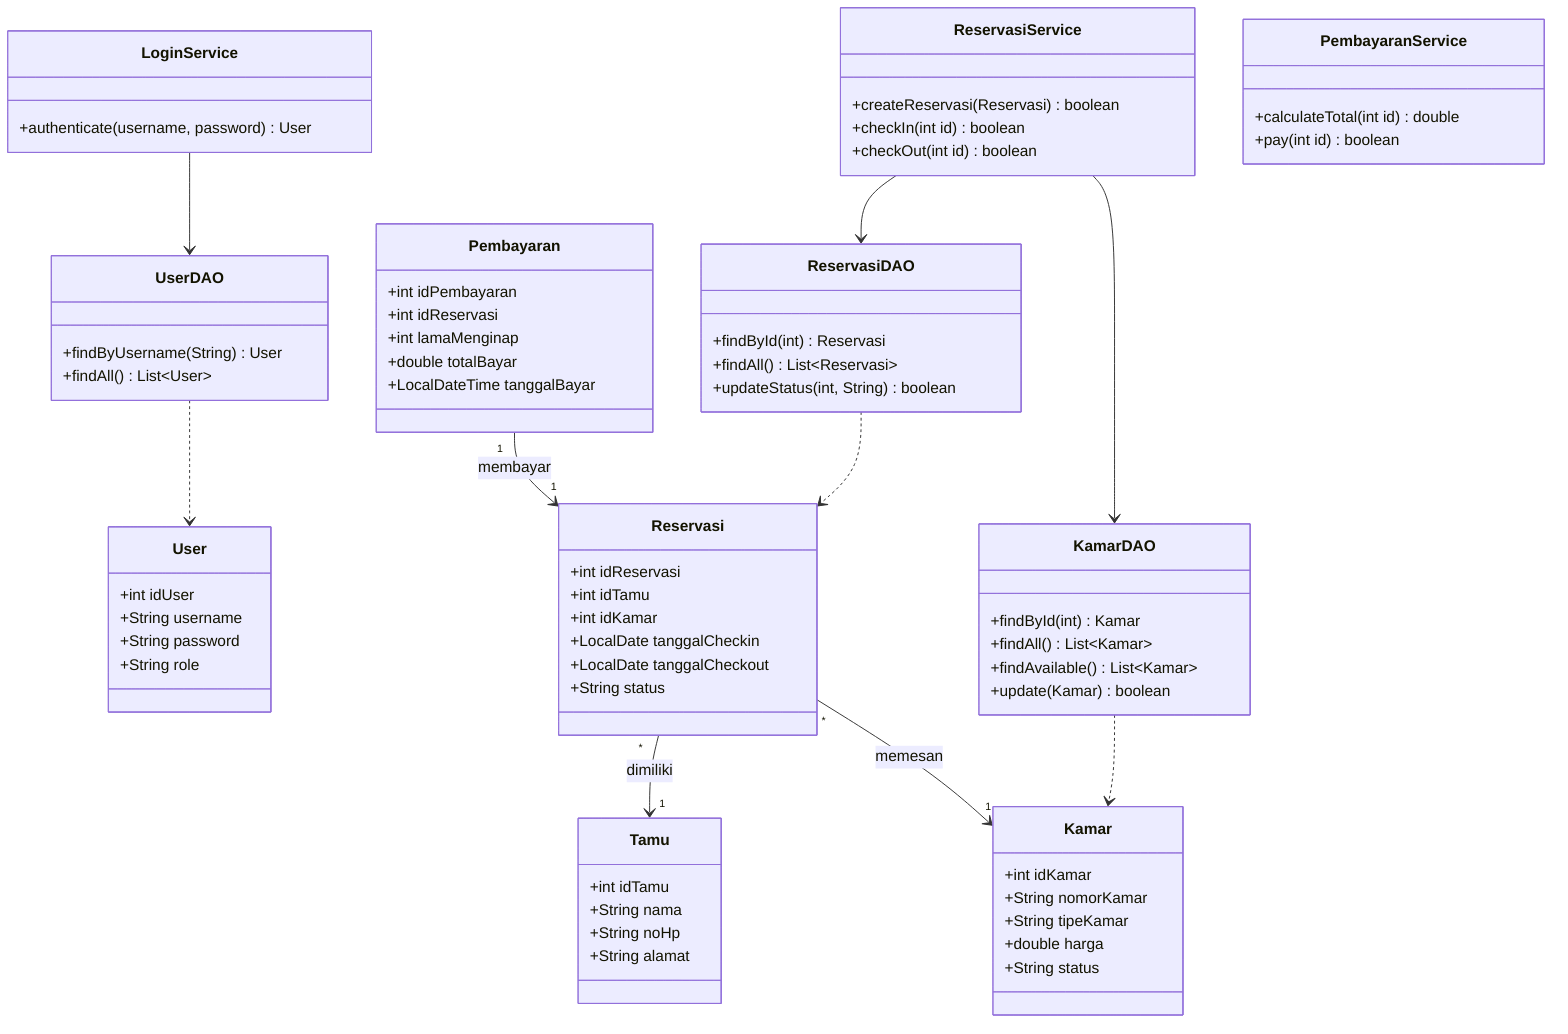
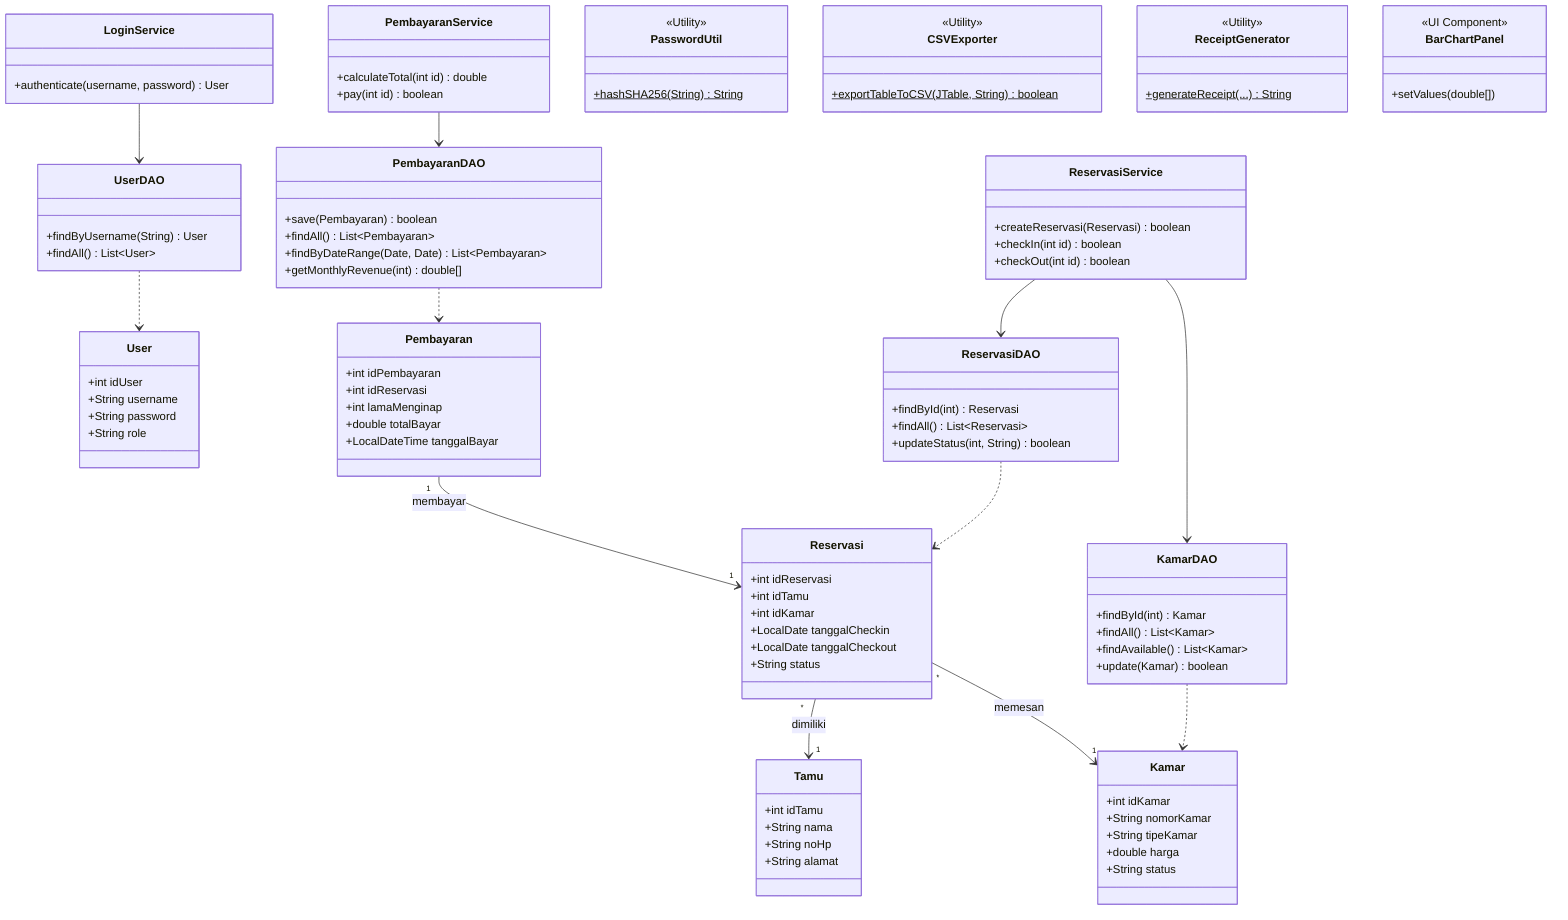
classDiagram
    %% Model Layer
    class User {
        +int idUser
        +String username
        +String password
        +String role
    }
    class Kamar {
        +int idKamar
        +String nomorKamar
        +String tipeKamar
        +double harga
        +String status
    }
    class Tamu {
        +int idTamu
        +String nama
        +String noHp
        +String alamat
    }
    class Reservasi {
        +int idReservasi
        +int idTamu
        +int idKamar
        +LocalDate tanggalCheckin
        +LocalDate tanggalCheckout
        +String status
    }
    class Pembayaran {
        +int idPembayaran
        +int idReservasi
        +int lamaMenginap
        +double totalBayar
        +LocalDateTime tanggalBayar
    }

    Reservasi "*" --> "1" Tamu : dimiliki
    Reservasi "*" --> "1" Kamar : memesan
    Pembayaran "1" --> "1" Reservasi : membayar

    %% DAO Layer
    class UserDAO {
        +findByUsername(String) User
        +findAll() List~User~
    }
    class KamarDAO {
        +findById(int) Kamar
        +findAll() List~Kamar~
        +findAvailable() List~Kamar~
        +update(Kamar) boolean
    }
    class ReservasiDAO {
        +findById(int) Reservasi
        +findAll() List~Reservasi~
        +updateStatus(int, String) boolean
    }
+     class PembayaranDAO {
+         +save(Pembayaran) boolean
+         +findAll() List~Pembayaran~
+         +findByDateRange(Date, Date) List~Pembayaran~
+         +getMonthlyRevenue(int) double[]
+     }

    UserDAO ..> User
    KamarDAO ..> Kamar
    ReservasiDAO ..> Reservasi
+     PembayaranDAO ..> Pembayaran

    %% Service Layer
    class LoginService {
        +authenticate(username, password) User
    }
    class ReservasiService {
        +createReservasi(Reservasi) boolean
        +checkIn(int id) boolean
        +checkOut(int id) boolean
    }
    class PembayaranService {
        +calculateTotal(int id) double
        +pay(int id) boolean
    }

    LoginService --> UserDAO
    ReservasiService --> ReservasiDAO
    ReservasiService --> KamarDAO
+     PembayaranService --> PembayaranDAO
+ 
+     %% Utility Layer
+     class PasswordUtil {
+         <<Utility>>
+         +hashSHA256(String) String$
+     }
+     class CSVExporter {
+         <<Utility>>
+         +exportTableToCSV(JTable, String) boolean$
+     }
+     class ReceiptGenerator {
+         <<Utility>>
+         +generateReceipt(...) String$
+     }
+ 
+     %% View Layer (Partial)
+     class BarChartPanel {
+         <<UI Component>>
+         +setValues(double[])
+     }
